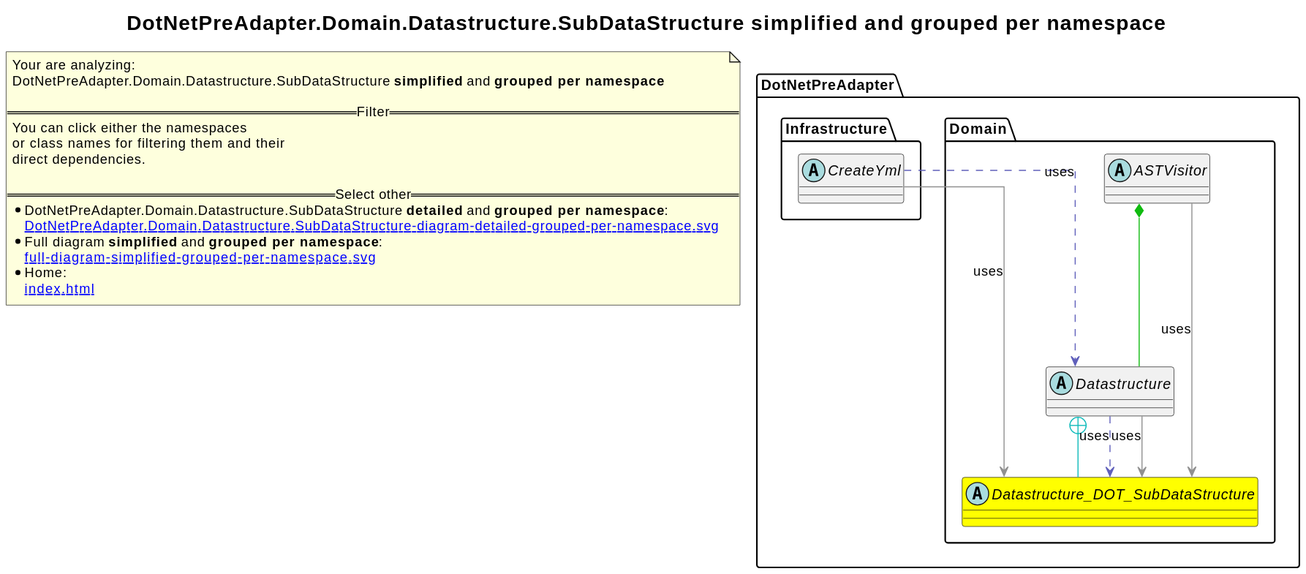
The PlantUML diagram revenger-csharp-adapter.out/DotNetPreAdapter.Domain.Datastructure.SubDataStructure-diagram-simplified-grouped-per-namespace.svg in 2BlackCoffees/revenger, before a commit. The source it was exported from:
```plantuml
@startuml
skinparam linetype ortho
title <size:20>DotNetPreAdapter.Domain.Datastructure.SubDataStructure **simplified** and **grouped per namespace**</size>
note "Your are analyzing:\nDotNetPreAdapter.Domain.Datastructure.SubDataStructure **simplified** and **grouped per namespace**\n\n==Filter==\nYou can click either the namespaces \nor class names for filtering them and their\ndirect dependencies.\n\n==Select other==\n* DotNetPreAdapter.Domain.Datastructure.SubDataStructure **detailed** and **grouped per namespace**:\n   [[DotNetPreAdapter.Domain.Datastructure.SubDataStructure-diagram-detailed-grouped-per-namespace.svg]]\n* Full diagram **simplified** and **grouped per namespace**:\n   [[full-diagram-simplified-grouped-per-namespace.svg]]\n* Home:\n   [[index.html]]" as FloatingNote
namespace DotNetPreAdapter [[DotNetPreAdapter-diagram-simplified-grouped-per-namespace.svg]] {
namespace DotNetPreAdapter.Domain [[DotNetPreAdapter.Domain-diagram-simplified-grouped-per-namespace.svg]] {
  abstract class DotNetPreAdapter.Domain.Datastructure_DOT_SubDataStructure [[DotNetPreAdapter.Domain.Datastructure.SubDataStructure-diagram-simplified-grouped-per-namespace.svg]] #yellow {
  }
  abstract class DotNetPreAdapter.Domain.Datastructure [[DotNetPreAdapter.Domain.Datastructure-diagram-simplified-grouped-per-namespace.svg]]  {
  }
  abstract class DotNetPreAdapter.Domain.ASTVisitor [[DotNetPreAdapter.Domain.ASTVisitor-diagram-simplified-grouped-per-namespace.svg]]  {
  }
}
}
namespace DotNetPreAdapter [[DotNetPreAdapter-diagram-simplified-grouped-per-namespace.svg]] {
namespace DotNetPreAdapter.Infrastructure [[DotNetPreAdapter.Infrastructure-diagram-simplified-grouped-per-namespace.svg]] {
  abstract class DotNetPreAdapter.Infrastructure.CreateYml [[DotNetPreAdapter.Infrastructure.CreateYml-diagram-simplified-grouped-per-namespace.svg]]  {
  }
}
}
DotNetPreAdapter.Domain.Datastructure +-[#10BBBB]- DotNetPreAdapter.Domain.Datastructure_DOT_SubDataStructure
DotNetPreAdapter.Domain.Datastructure .[#6060BB].> DotNetPreAdapter.Domain.Datastructure_DOT_SubDataStructure  : uses
DotNetPreAdapter.Domain.Datastructure -[#909090]-> DotNetPreAdapter.Domain.Datastructure_DOT_SubDataStructure  : uses
DotNetPreAdapter.Domain.ASTVisitor *-[#10BB10]- DotNetPreAdapter.Domain.Datastructure
DotNetPreAdapter.Domain.ASTVisitor -[#909090]-> DotNetPreAdapter.Domain.Datastructure_DOT_SubDataStructure  : uses
DotNetPreAdapter.Infrastructure.CreateYml .[#6060BB].> DotNetPreAdapter.Domain.Datastructure  : uses
DotNetPreAdapter.Infrastructure.CreateYml -[#909090]-> DotNetPreAdapter.Domain.Datastructure_DOT_SubDataStructure  : uses
@enduml
```
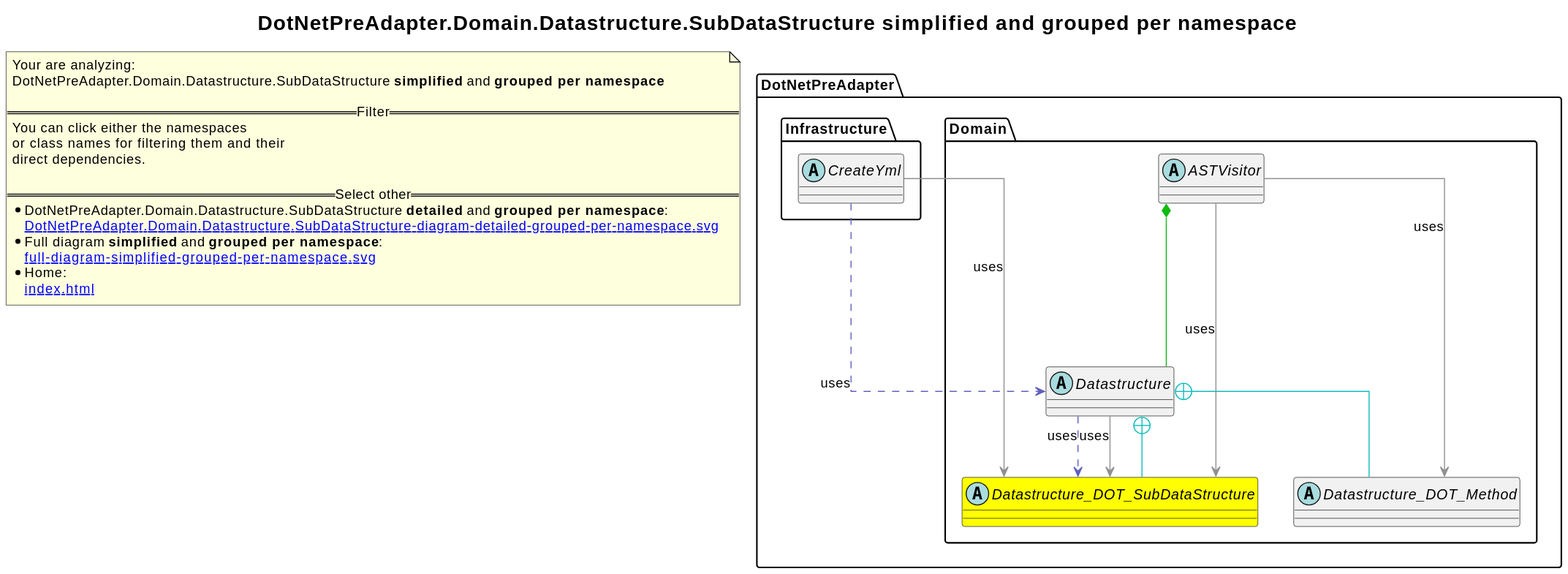
The same diagram one commit later.

Diff of the diagram source:
```diff
@@ -5,6 +5,8 @@
 namespace DotNetPreAdapter [[DotNetPreAdapter-diagram-simplified-grouped-per-namespace.svg]] {
 namespace DotNetPreAdapter.Domain [[DotNetPreAdapter.Domain-diagram-simplified-grouped-per-namespace.svg]] {
   abstract class DotNetPreAdapter.Domain.Datastructure_DOT_SubDataStructure [[DotNetPreAdapter.Domain.Datastructure.SubDataStructure-diagram-simplified-grouped-per-namespace.svg]] #yellow {
+  }
+  abstract class DotNetPreAdapter.Domain.Datastructure_DOT_Method [[DotNetPreAdapter.Domain.Datastructure.Method-diagram-simplified-grouped-per-namespace.svg]]  {
   }
   abstract class DotNetPreAdapter.Domain.Datastructure [[DotNetPreAdapter.Domain.Datastructure-diagram-simplified-grouped-per-namespace.svg]]  {
   }
@@ -18,11 +20,14 @@
   }
 }
 }
+DotNetPreAdapter.Domain.Datastructure.SubDataStructure .[#6060BB].> DotNetPreAdapter.Domain.Datastructure_DOT_Method  : uses
+DotNetPreAdapter.Domain.Datastructure +-[#10BBBB]- DotNetPreAdapter.Domain.Datastructure_DOT_Method
 DotNetPreAdapter.Domain.Datastructure +-[#10BBBB]- DotNetPreAdapter.Domain.Datastructure_DOT_SubDataStructure
 DotNetPreAdapter.Domain.Datastructure .[#6060BB].> DotNetPreAdapter.Domain.Datastructure_DOT_SubDataStructure  : uses
 DotNetPreAdapter.Domain.Datastructure -[#909090]-> DotNetPreAdapter.Domain.Datastructure_DOT_SubDataStructure  : uses
 DotNetPreAdapter.Domain.ASTVisitor *-[#10BB10]- DotNetPreAdapter.Domain.Datastructure
 DotNetPreAdapter.Domain.ASTVisitor -[#909090]-> DotNetPreAdapter.Domain.Datastructure_DOT_SubDataStructure  : uses
+DotNetPreAdapter.Domain.ASTVisitor -[#909090]-> DotNetPreAdapter.Domain.Datastructure_DOT_Method  : uses
 DotNetPreAdapter.Infrastructure.CreateYml .[#6060BB].> DotNetPreAdapter.Domain.Datastructure  : uses
 DotNetPreAdapter.Infrastructure.CreateYml -[#909090]-> DotNetPreAdapter.Domain.Datastructure_DOT_SubDataStructure  : uses
 @enduml
```
